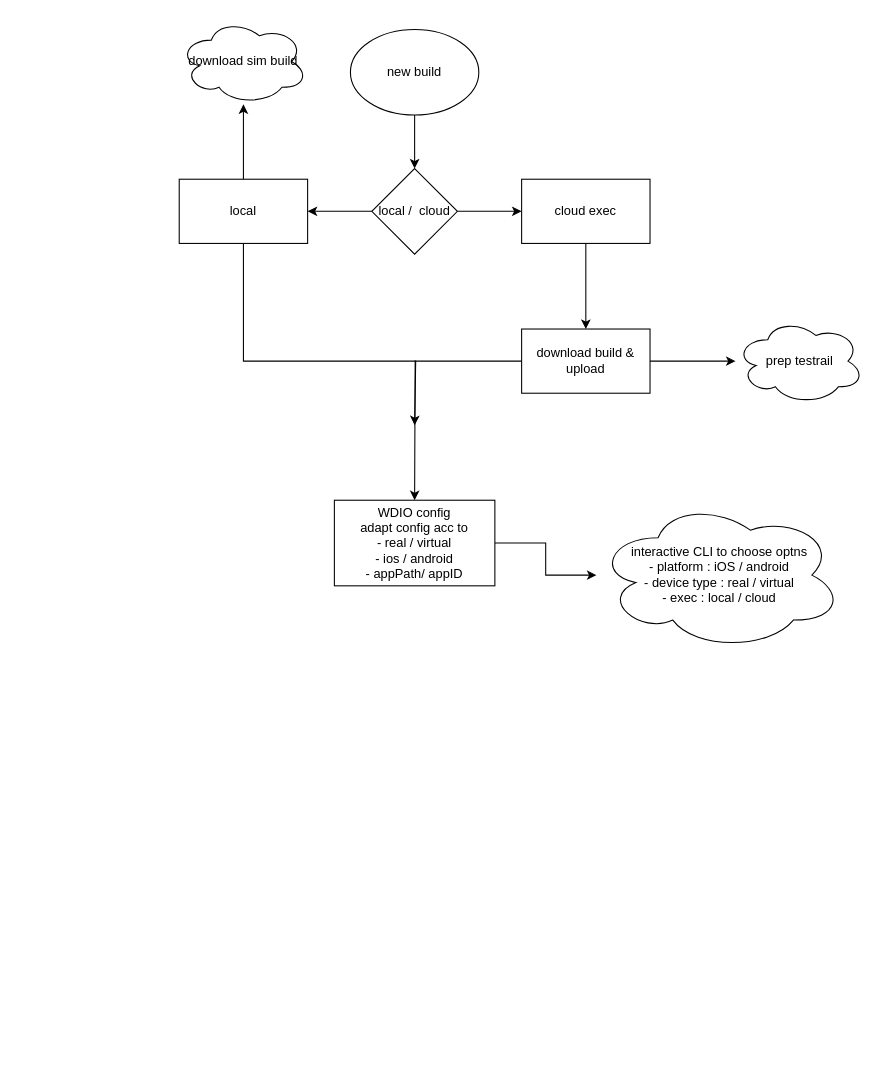
Earlier version of the draw.io diagram src/Untitled Diagram.drawio (samuelr26/js-fullpack). Source tidied: cells renumbered, new cells numbered last; positions are measured from the earlier drawing's top-left corner, leaving out a move shared by most shapes. Both pictures are drawn from the tidied source at 107%, with x=0, y=0 at pixel (179, 18).
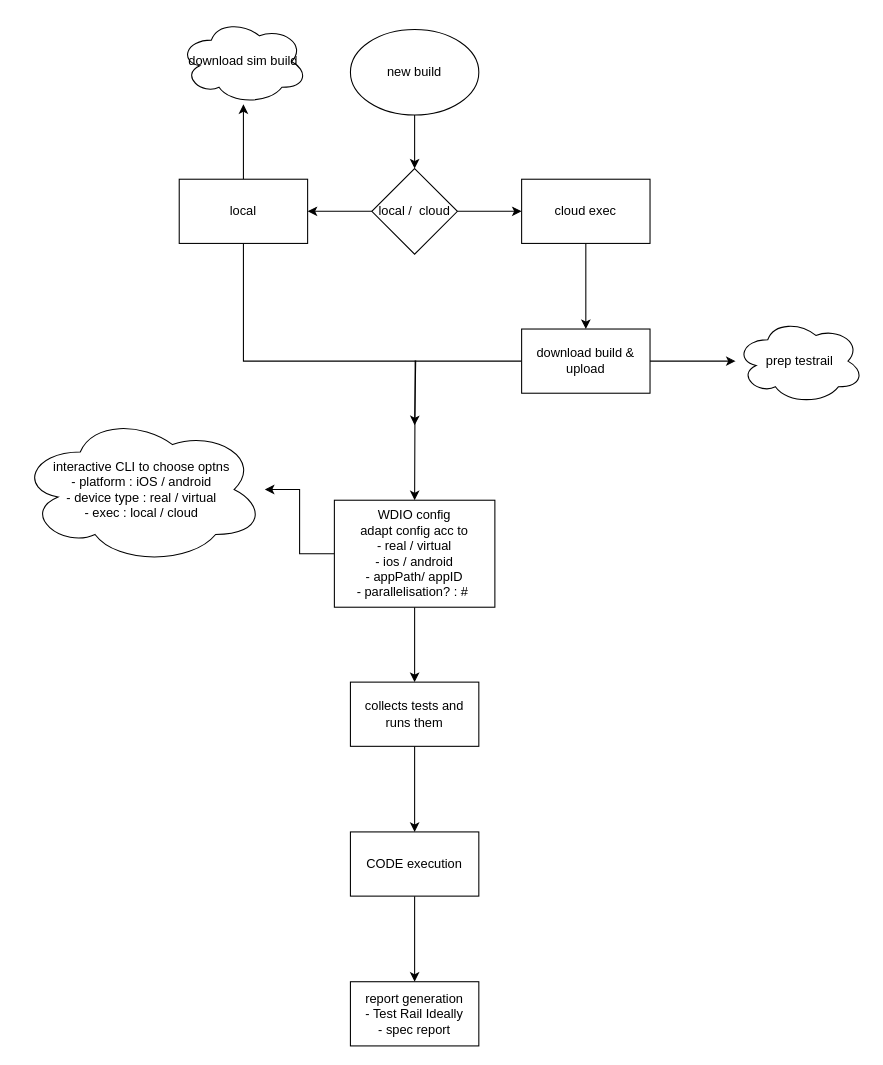
After the change.

Diff of the diagram source:
```diff
@@
+    <mxCell id="20" style="edgeStyle=orthogonalEdgeStyle;rounded=0;jettySize=auto;html=1;" parent="1" edge="1" source="18" target="22">
+      <mxGeometry relative="1" as="geometry" />
+    </mxCell>
-    <mxCell id="18" value="WDIO config&lt;br&gt;adapt config acc to&lt;br&gt;- real / virtual&lt;br&gt;- ios / android&lt;br&gt;- appPath/ appID" style="rounded=0;whiteSpace=wrap;html=1;" parent="1" vertex="1">
-      <mxGeometry x="145" y="450" width="150" height="80" as="geometry" />
+    <mxCell id="18" value="WDIO config&lt;br&gt;adapt config acc to&lt;br&gt;- real / virtual&lt;br&gt;- ios / android&lt;br&gt;- appPath/ appID&lt;br&gt;- parallelisation? : #&amp;nbsp;" style="rounded=0;whiteSpace=wrap;html=1;" parent="1" vertex="1">
+      <mxGeometry x="145" y="450" width="150" height="100" as="geometry" />
     </mxCell>
     <mxCell id="19" value="interactive CLI to choose optns&lt;br&gt;- platform : iOS / android&lt;br&gt;- device type : real / virtual&lt;br&gt;- exec : local / cloud" style="ellipse;shape=cloud;whiteSpace=wrap;html=1;rounded=0;" parent="1" vertex="1">
-      <mxGeometry x="390" y="450" width="230" height="140" as="geometry" />
+      <mxGeometry x="-150" y="370" width="230" height="140" as="geometry" />
     </mxCell>
+    <mxCell id="21" style="edgeStyle=orthogonalEdgeStyle;rounded=0;jettySize=auto;html=1;" parent="1" edge="1" source="22" target="24">
+      <mxGeometry relative="1" as="geometry" />
+    </mxCell>
+    <mxCell id="22" value="collects tests and runs them" style="whiteSpace=wrap;html=1;rounded=0;" parent="1" vertex="1">
+      <mxGeometry x="160" y="620" width="120" height="60" as="geometry" />
+    </mxCell>
+    <mxCell id="23" style="edgeStyle=orthogonalEdgeStyle;rounded=0;jettySize=auto;html=1;" parent="1" edge="1" source="24" target="25">
+      <mxGeometry relative="1" as="geometry" />
+    </mxCell>
+    <mxCell id="24" value="CODE execution" style="whiteSpace=wrap;html=1;rounded=0;" parent="1" vertex="1">
+      <mxGeometry x="160" y="760" width="120" height="60" as="geometry" />
+    </mxCell>
+    <mxCell id="25" value="report generation&lt;br&gt;- Test Rail Ideally&lt;br&gt;- spec report" style="whiteSpace=wrap;html=1;rounded=0;" parent="1" vertex="1">
+      <mxGeometry x="160" y="900" width="120" height="60" as="geometry" />
+    </mxCell>
```
